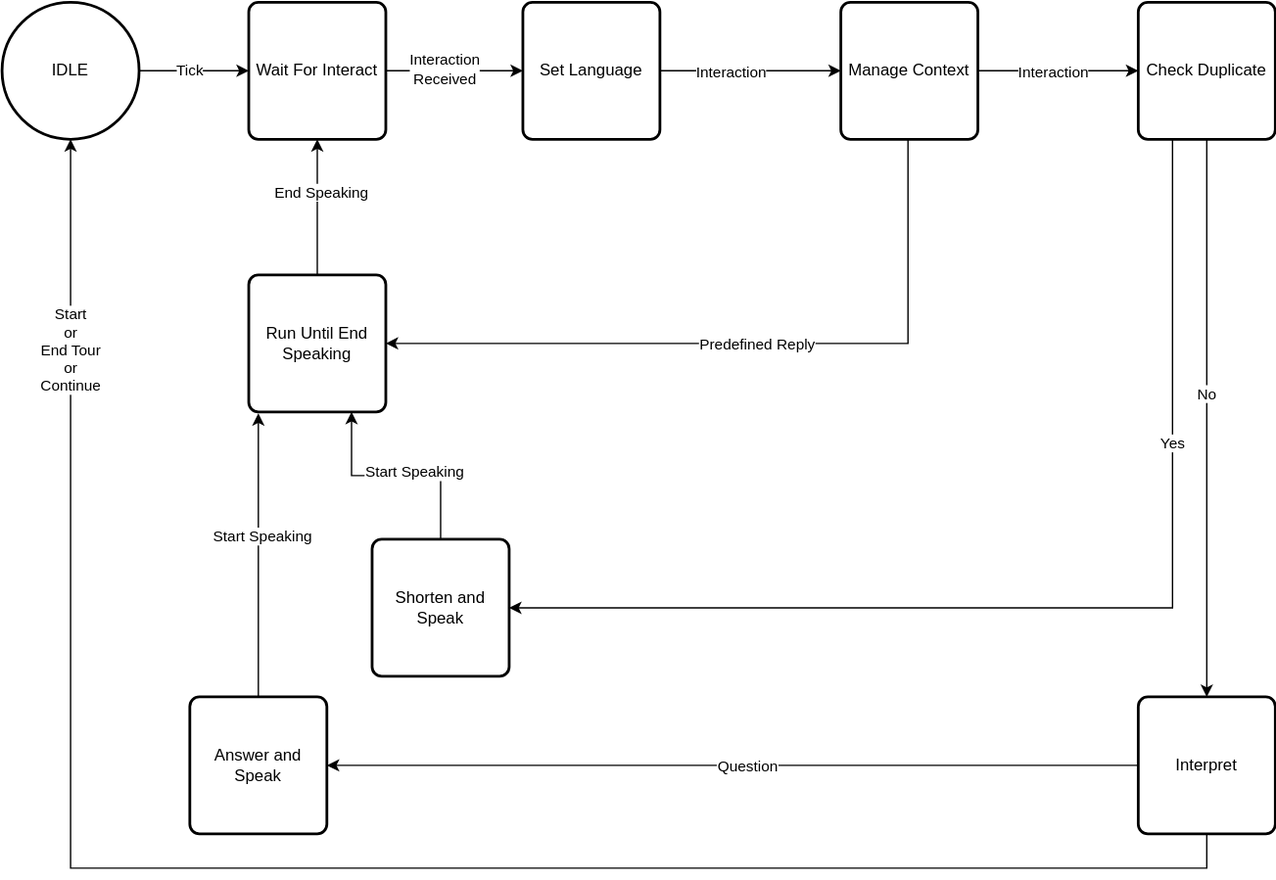
The draw.io diagram src/skills/dialog_skill/images/Dialog_pipeline.drawio.svg in convince-project/UC3, before a commit. Source tidied: cells renumbered, new cells last; positions are measured from the earlier drawing's top-left corner, leaving out a move shared by most shapes.
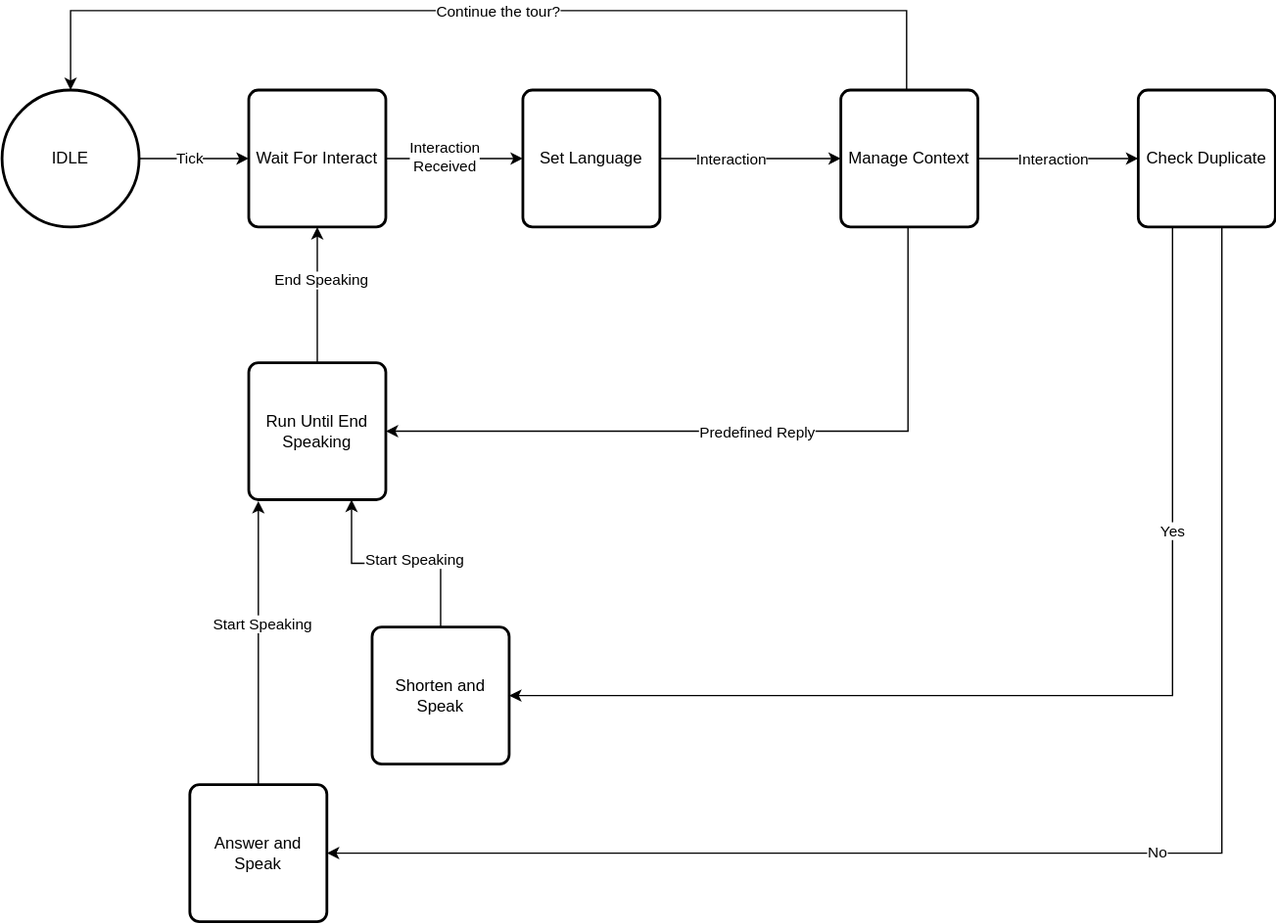
After the commit.

The edit, as a diff of the source:
```diff
@@ -22,8 +22,12 @@
     <mxCell id="7" value="Wait For Interact" style="rounded=1;whiteSpace=wrap;html=1;absoluteArcSize=1;arcSize=14;strokeWidth=2;" parent="1" vertex="1">
       <mxGeometry x="180" width="100" height="100" as="geometry" />
     </mxCell>
-    <mxCell id="8" style="edgeStyle=orthogonalEdgeStyle;rounded=0;jettySize=auto;html=1;" parent="1" edge="1" source="12" target="15">
-      <mxGeometry relative="1" as="geometry" />
+    <mxCell id="8" style="edgeStyle=orthogonalEdgeStyle;rounded=0;jettySize=auto;html=1;entryX=1;entryY=0.5;entryDx=0;entryDy=0;" parent="1" edge="1" source="12" target="17">
+      <mxGeometry relative="1" as="geometry">
+        <Array as="points">
+          <mxPoint x="890" y="557" />
+        </Array>
+      </mxGeometry>
     </mxCell>
     <mxCell id="9" value="No" style="edgeLabel;html=1;align=center;verticalAlign=middle;" parent="8" vertex="1">
       <mxGeometry x="-0.09" y="-1" relative="1" as="geometry" />
@@ -37,15 +41,6 @@
     <mxCell id="12" value="Check Duplicate" style="rounded=1;whiteSpace=wrap;html=1;absoluteArcSize=1;arcSize=14;strokeWidth=2;" parent="1" vertex="1">
       <mxGeometry x="829" width="100" height="100" as="geometry" />
     </mxCell>
-    <mxCell id="13" style="edgeStyle=orthogonalEdgeStyle;rounded=0;jettySize=auto;html=1;" parent="1" edge="1" source="15" target="17">
-      <mxGeometry relative="1" as="geometry" />
-    </mxCell>
-    <mxCell id="14" value="Question" style="edgeLabel;html=1;align=center;verticalAlign=middle;" parent="13" vertex="1">
-      <mxGeometry x="-0.04" relative="1" as="geometry" />
-    </mxCell>
-    <mxCell id="15" value="Interpret" style="rounded=1;whiteSpace=wrap;html=1;absoluteArcSize=1;arcSize=14;strokeWidth=2;" parent="1" vertex="1">
-      <mxGeometry x="829" y="507" width="100" height="100" as="geometry" />
-    </mxCell>
     <mxCell id="16" value="Shorten and Speak" style="rounded=1;whiteSpace=wrap;html=1;absoluteArcSize=1;arcSize=14;strokeWidth=2;" parent="1" vertex="1">
       <mxGeometry x="270" y="392" width="100" height="100" as="geometry" />
     </mxCell>
@@ -66,17 +61,6 @@
         <mxPoint x="39" y="-3" as="offset" />
       </mxGeometry>
     </mxCell>
-    <mxCell id="22" style="edgeStyle=orthogonalEdgeStyle;rounded=0;jettySize=auto;html=1;entryX=0.5;entryY=1;entryDx=0;entryDy=0;entryPerimeter=0;exitX=0.5;exitY=1;exitDx=0;exitDy=0;" parent="1" edge="1" source="15" target="4">
-      <mxGeometry relative="1" as="geometry">
-        <Array as="points">
-          <mxPoint x="879" y="632" />
-          <mxPoint x="50" y="632" />
-        </Array>
-      </mxGeometry>
-    </mxCell>
-    <mxCell id="23" value="&lt;div&gt;Start&lt;/div&gt;&lt;div&gt;or&lt;/div&gt;&lt;div&gt;End Tour&lt;/div&gt;&lt;div&gt;or&lt;/div&gt;&lt;div&gt;Continue&lt;/div&gt;" style="edgeLabel;html=1;align=center;verticalAlign=middle;" parent="22" vertex="1">
-      <mxGeometry x="0.78" y="1" relative="1" as="geometry" />
-    </mxCell>
     <mxCell id="24" style="edgeStyle=orthogonalEdgeStyle;rounded=0;jettySize=auto;html=1;" parent="1" edge="1" source="7" target="26">
       <mxGeometry relative="1" as="geometry" />
     </mxCell>
@@ -118,5 +102,16 @@
     <mxCell id="34" value="Manage Context" style="rounded=1;whiteSpace=wrap;html=1;absoluteArcSize=1;arcSize=14;strokeWidth=2;" parent="1" vertex="1">
       <mxGeometry x="612" width="100" height="100" as="geometry" />
     </mxCell>
+    <mxCell id="35" style="edgeStyle=orthogonalEdgeStyle;rounded=0;jettySize=auto;html=1;entryX=0.5;entryY=0;entryDx=0;entryDy=0;entryPerimeter=0;" parent="1" edge="1" source="34" target="4">
+      <mxGeometry relative="1" as="geometry">
+        <Array as="points">
+          <mxPoint x="660" y="-58" />
+          <mxPoint x="50" y="-58" />
+        </Array>
+      </mxGeometry>
+    </mxCell>
+    <mxCell id="36" value="&lt;div&gt;Continue the tour?&lt;/div&gt;" style="edgeLabel;html=1;align=center;verticalAlign=middle;" parent="35" vertex="1">
+      <mxGeometry x="-0.02" relative="1" as="geometry" />
+    </mxCell>
   </root>
 </mxGraphModel>
```
